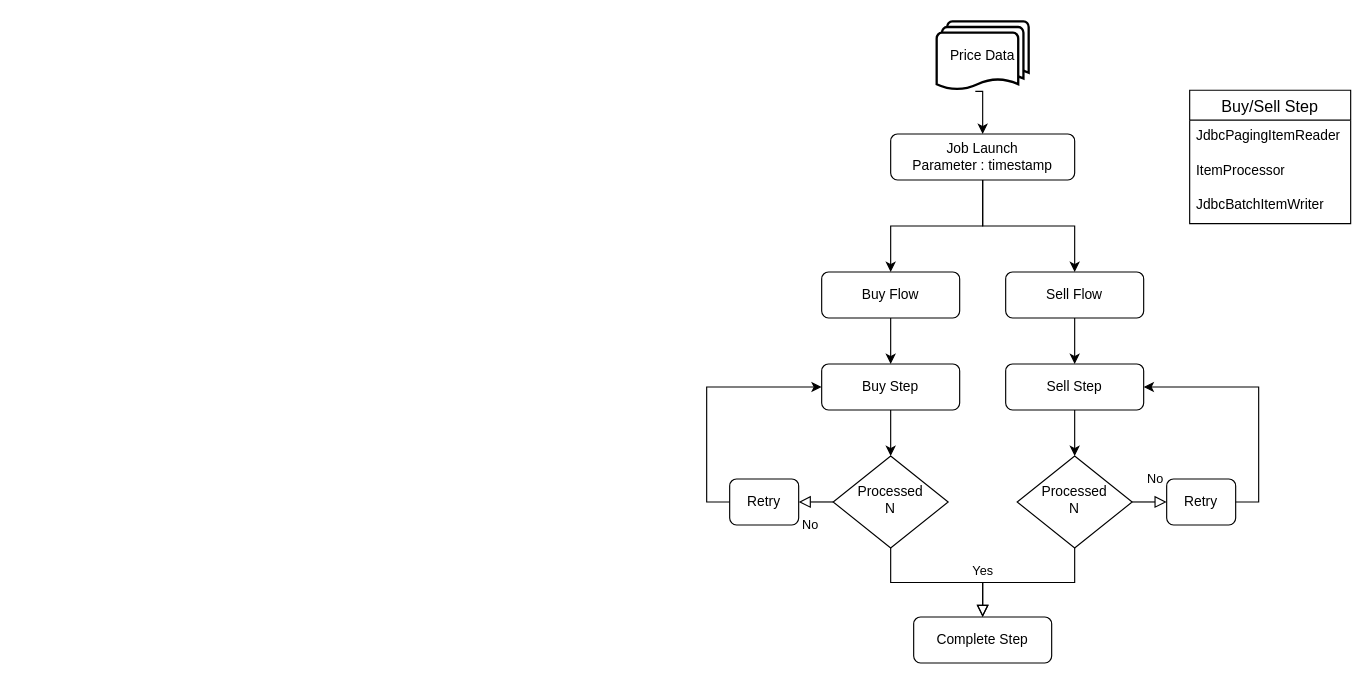
Above: document/Reserved Transaction Batch Flow.drawio in O0oO0Oo/Bitcoin-Simulated-Investment-BE (draw.io), before the change. Source tidied: cells renumbered, new cells numbered last; positions are measured from the earlier drawing's top-left corner, leaving out a move shared by most shapes. Both pictures are drawn from the tidied source at 115%, with x=0, y=0 at pixel (729, 21).
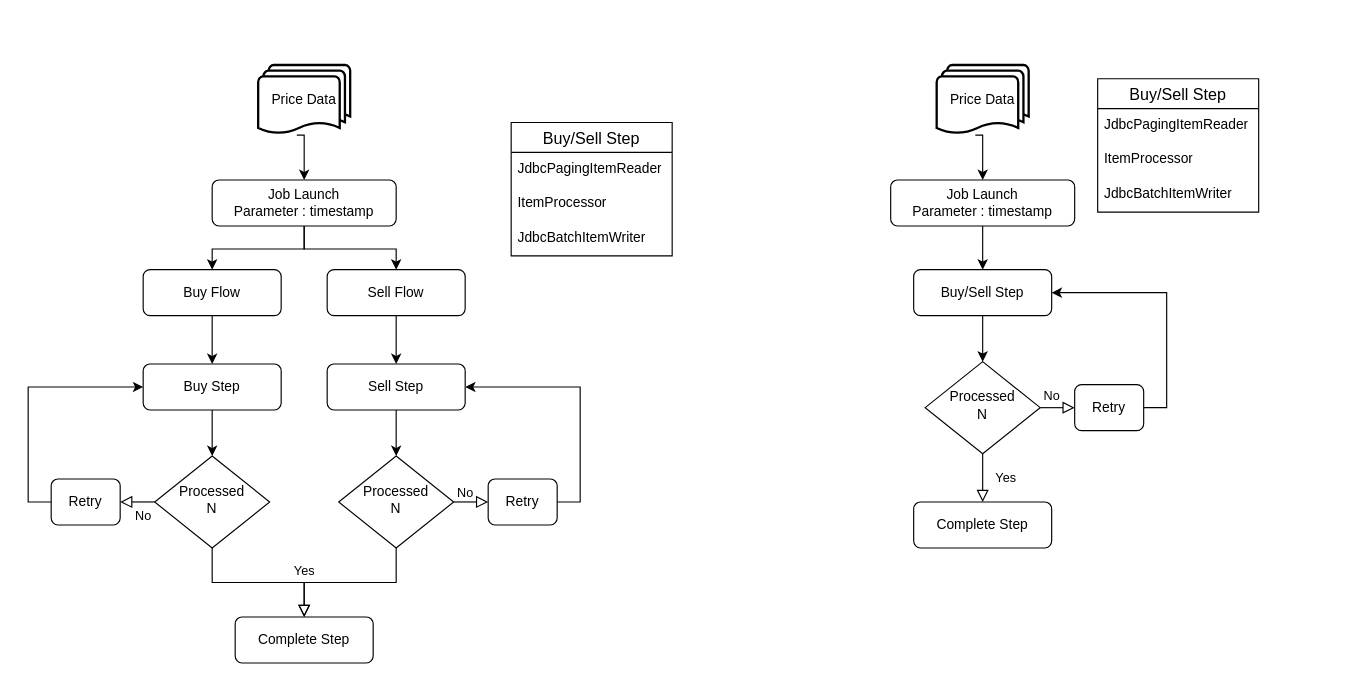
The same page after the edit.

Change to the diagram source:
```diff
@@
-    <mxCell id="2" style="edgeStyle=orthogonalEdgeStyle;rounded=0;html=1;jettySize=auto;fontSize=11;endArrow=block;endFill=0;endSize=8;strokeWidth=1;shadow=0;labelBackgroundColor=none;" parent="1" edge="1" source="3" target="4">
-      <mxGeometry y="10" relative="1" as="geometry" />
-    </mxCell>
-    <mxCell id="3" value="Processed&lt;br&gt;N" style="rhombus;whiteSpace=wrap;html=1;shadow=0;fontFamily=Helvetica;fontSize=12;align=center;strokeWidth=1;spacing=6;spacingTop=-4;" parent="1" vertex="1">
-      <mxGeometry x="90" y="378" width="100" height="80" as="geometry" />
-    </mxCell>
     <mxCell id="4" value="Complete Step" style="rounded=1;whiteSpace=wrap;html=1;fontSize=12;glass=0;strokeWidth=1;shadow=0;" parent="1" vertex="1">
-      <mxGeometry x="160" y="518" width="120" height="40" as="geometry" />
+      <mxGeometry x="160" y="418" width="120" height="40" as="geometry" />
     </mxCell>
     <mxCell id="5" value="Yes" style="rounded=0;html=1;jettySize=auto;fontSize=11;endArrow=block;endFill=0;endSize=8;strokeWidth=1;shadow=0;labelBackgroundColor=none;edgeStyle=orthogonalEdgeStyle;entryX=0.5;entryY=0;entryDx=0;entryDy=0;" parent="1" edge="1" source="6" target="4">
-      <mxGeometry x="0.57" y="-10" relative="1" as="geometry">
-        <mxPoint x="10" y="-10" as="offset" />
-      </mxGeometry>
+      <mxGeometry y="20" relative="1" as="geometry" />
     </mxCell>
     <mxCell id="6" value="Processed&lt;br style=&quot;border-color: var(--border-color);&quot;&gt;N" style="rhombus;whiteSpace=wrap;html=1;shadow=0;fontFamily=Helvetica;fontSize=12;align=center;strokeWidth=1;spacing=6;spacingTop=-4;" parent="1" vertex="1">
-      <mxGeometry x="250" y="378" width="100" height="80" as="geometry" />
+      <mxGeometry x="170" y="296" width="100" height="80" as="geometry" />
     </mxCell>
     <mxCell id="7" value="Retry" style="rounded=1;whiteSpace=wrap;html=1;fontSize=12;glass=0;strokeWidth=1;shadow=0;" parent="1" vertex="1">
-      <mxGeometry x="380" y="398" width="60" height="40" as="geometry" />
+      <mxGeometry x="300" y="316" width="60" height="40" as="geometry" />
     </mxCell>
     <mxCell id="8" value="Price Data" style="strokeWidth=2;html=1;shape=mxgraph.flowchart.multi-document;whiteSpace=wrap;" parent="1" vertex="1">
-      <mxGeometry x="180" width="80" height="60" as="geometry" />
+      <mxGeometry x="180" y="38" width="80" height="60" as="geometry" />
     </mxCell>
     <mxCell id="9" value="Job Launch&lt;br&gt;Parameter : timestamp" style="rounded=1;whiteSpace=wrap;html=1;fontSize=12;glass=0;strokeWidth=1;shadow=0;" parent="1" vertex="1">
-      <mxGeometry x="140" y="98" width="160" height="40" as="geometry" />
+      <mxGeometry x="140" y="138" width="160" height="40" as="geometry" />
     </mxCell>
@@
-    <mxCell id="11" style="edgeStyle=orthogonalEdgeStyle;rounded=0;jettySize=auto;html=1;exitX=0.5;exitY=1;exitDx=0;exitDy=0;entryX=0.5;entryY=0;entryDx=0;entryDy=0;" parent="1" edge="1" source="9" target="13">
-      <mxGeometry relative="1" as="geometry" />
-    </mxCell>
@@
+    <mxCell id="15" style="edgeStyle=orthogonalEdgeStyle;rounded=0;jettySize=auto;html=1;exitX=0.5;exitY=1;exitDx=0;exitDy=0;" parent="1" edge="1" source="9" target="18">
+      <mxGeometry relative="1" as="geometry" />
+    </mxCell>
+    <mxCell id="16" value="No" style="rounded=0;html=1;jettySize=auto;fontSize=11;endArrow=block;endFill=0;endSize=8;strokeWidth=1;shadow=0;labelBackgroundColor=none;edgeStyle=orthogonalEdgeStyle;exitX=1;exitY=0.5;exitDx=0;exitDy=0;entryX=0;entryY=0.5;entryDx=0;entryDy=0;" parent="1" edge="1" source="6" target="7">
+      <mxGeometry x="-0.33" y="10" relative="1" as="geometry" />
+    </mxCell>
+    <mxCell id="18" value="Buy/Sell Step" style="rounded=1;whiteSpace=wrap;html=1;fontSize=12;glass=0;strokeWidth=1;shadow=0;" parent="1" vertex="1">
+      <mxGeometry x="160" y="216" width="120" height="40" as="geometry" />
+    </mxCell>
+    <mxCell id="24" style="edgeStyle=orthogonalEdgeStyle;rounded=0;jettySize=auto;html=1;exitX=0.5;exitY=1;exitDx=0;exitDy=0;entryX=0.5;entryY=0;entryDx=0;entryDy=0;" parent="1" edge="1" source="18" target="6">
+      <mxGeometry relative="1" as="geometry" />
+    </mxCell>
+    <mxCell id="26" value="Buy/Sell Step" style="swimlane;fontStyle=0;horizontal=1;startSize=26;align=center;fontSize=14;" parent="1" vertex="1">
+      <mxGeometry x="320" y="50" width="140" height="116" as="geometry" />
+    </mxCell>
+    <mxCell id="27" value="JdbcPagingItemReader" style="text;strokeColor=none;fillColor=none;spacingLeft=4;spacingRight=4;overflow=hidden;fontSize=12;whiteSpace=wrap;html=1;" parent="26" vertex="1">
+      <mxGeometry y="26" width="140" height="30" as="geometry" />
+    </mxCell>
+    <mxCell id="28" value="ItemProcessor" style="text;strokeColor=none;fillColor=none;spacingLeft=4;spacingRight=4;overflow=hidden;fontSize=12;whiteSpace=wrap;html=1;" parent="26" vertex="1">
+      <mxGeometry y="56" width="140" height="30" as="geometry" />
+    </mxCell>
+    <mxCell id="29" value="JdbcBatchItemWriter" style="text;strokeColor=none;fillColor=none;spacingLeft=4;spacingRight=4;overflow=hidden;fontSize=12;whiteSpace=wrap;html=1;" parent="26" vertex="1">
+      <mxGeometry y="86" width="140" height="30" as="geometry" />
+    </mxCell>
+    <mxCell id="30" style="edgeStyle=orthogonalEdgeStyle;rounded=0;html=1;jettySize=auto;fontSize=11;endArrow=block;endFill=0;endSize=8;strokeWidth=1;shadow=0;labelBackgroundColor=none;" parent="1" edge="1" source="3" target="31">
+      <mxGeometry y="10" relative="1" as="geometry" />
+    </mxCell>
+    <mxCell id="3" value="Processed&lt;br&gt;N" style="rhombus;whiteSpace=wrap;html=1;shadow=0;fontFamily=Helvetica;fontSize=12;align=center;strokeWidth=1;spacing=6;spacingTop=-4;" parent="1" vertex="1">
+      <mxGeometry x="-500" y="378" width="100" height="80" as="geometry" />
+    </mxCell>
+    <mxCell id="31" value="Complete Step" style="rounded=1;whiteSpace=wrap;html=1;fontSize=12;glass=0;strokeWidth=1;shadow=0;" parent="1" vertex="1">
+      <mxGeometry x="-430" y="518" width="120" height="40" as="geometry" />
+    </mxCell>
+    <mxCell id="32" value="Yes" style="rounded=0;html=1;jettySize=auto;fontSize=11;endArrow=block;endFill=0;endSize=8;strokeWidth=1;shadow=0;labelBackgroundColor=none;edgeStyle=orthogonalEdgeStyle;entryX=0.5;entryY=0;entryDx=0;entryDy=0;" parent="1" edge="1" source="33" target="31">
+      <mxGeometry x="0.57" y="-10" relative="1" as="geometry">
+        <mxPoint x="10" y="-10" as="offset" />
+      </mxGeometry>
+    </mxCell>
+    <mxCell id="33" value="Processed&lt;br style=&quot;border-color: var(--border-color);&quot;&gt;N" style="rhombus;whiteSpace=wrap;html=1;shadow=0;fontFamily=Helvetica;fontSize=12;align=center;strokeWidth=1;spacing=6;spacingTop=-4;" parent="1" vertex="1">
+      <mxGeometry x="-340" y="378" width="100" height="80" as="geometry" />
+    </mxCell>
+    <mxCell id="34" value="Retry" style="rounded=1;whiteSpace=wrap;html=1;fontSize=12;glass=0;strokeWidth=1;shadow=0;" parent="1" vertex="1">
+      <mxGeometry x="-210" y="398" width="60" height="40" as="geometry" />
+    </mxCell>
+    <mxCell id="35" value="Price Data" style="strokeWidth=2;html=1;shape=mxgraph.flowchart.multi-document;whiteSpace=wrap;" parent="1" vertex="1">
+      <mxGeometry x="-410" y="38" width="80" height="60" as="geometry" />
+    </mxCell>
+    <mxCell id="36" value="Job Launch&lt;br&gt;Parameter : timestamp" style="rounded=1;whiteSpace=wrap;html=1;fontSize=12;glass=0;strokeWidth=1;shadow=0;" parent="1" vertex="1">
+      <mxGeometry x="-450" y="138" width="160" height="40" as="geometry" />
+    </mxCell>
+    <mxCell id="37" style="edgeStyle=orthogonalEdgeStyle;rounded=0;jettySize=auto;html=1;exitX=0.42;exitY=1.017;exitDx=0;exitDy=0;exitPerimeter=0;entryX=0.5;entryY=0;entryDx=0;entryDy=0;" parent="1" edge="1" source="35" target="36">
+      <mxGeometry relative="1" as="geometry" />
+    </mxCell>
+    <mxCell id="38" style="edgeStyle=orthogonalEdgeStyle;rounded=0;jettySize=auto;html=1;exitX=0.5;exitY=1;exitDx=0;exitDy=0;entryX=0.5;entryY=0;entryDx=0;entryDy=0;" parent="1" edge="1" source="36" target="13">
+      <mxGeometry relative="1" as="geometry" />
+    </mxCell>
+    <mxCell id="39" style="edgeStyle=orthogonalEdgeStyle;rounded=0;jettySize=auto;html=1;exitX=1;exitY=0.5;exitDx=0;exitDy=0;entryX=1;entryY=0.5;entryDx=0;entryDy=0;" parent="1" edge="1" source="34" target="43">
+      <mxGeometry relative="1" as="geometry" />
+    </mxCell>
     <mxCell id="13" value="Buy Flow" style="rounded=1;whiteSpace=wrap;html=1;fontSize=12;glass=0;strokeWidth=1;shadow=0;" parent="1" vertex="1">
-      <mxGeometry x="80" y="218" width="120" height="40" as="geometry" />
+      <mxGeometry x="-510" y="216" width="120" height="40" as="geometry" />
     </mxCell>
     <mxCell id="14" value="Sell Flow" style="rounded=1;whiteSpace=wrap;html=1;fontSize=12;glass=0;strokeWidth=1;shadow=0;" parent="1" vertex="1">
-      <mxGeometry x="240" y="218" width="120" height="40" as="geometry" />
+      <mxGeometry x="-350" y="216" width="120" height="40" as="geometry" />
     </mxCell>
-    <mxCell id="15" style="edgeStyle=orthogonalEdgeStyle;rounded=0;jettySize=auto;html=1;exitX=0.5;exitY=1;exitDx=0;exitDy=0;" parent="1" edge="1" source="9" target="14">
-      <mxGeometry relative="1" as="geometry" />
-    </mxCell>
-    <mxCell id="16" value="No" style="rounded=0;html=1;jettySize=auto;fontSize=11;endArrow=block;endFill=0;endSize=8;strokeWidth=1;shadow=0;labelBackgroundColor=none;edgeStyle=orthogonalEdgeStyle;exitX=1;exitY=0.5;exitDx=0;exitDy=0;entryX=0;entryY=0.5;entryDx=0;entryDy=0;" parent="1" edge="1" source="6" target="7">
-      <mxGeometry x="0.33" y="20" relative="1" as="geometry" />
-    </mxCell>
-    <mxCell id="17" value="Retry" style="rounded=1;whiteSpace=wrap;html=1;fontSize=12;glass=0;strokeWidth=1;shadow=0;" parent="1" vertex="1">
-      <mxGeometry y="398" width="60" height="40" as="geometry" />
-    </mxCell>
-    <mxCell id="18" value="Sell Step" style="rounded=1;whiteSpace=wrap;html=1;fontSize=12;glass=0;strokeWidth=1;shadow=0;" parent="1" vertex="1">
-      <mxGeometry x="240" y="298" width="120" height="40" as="geometry" />
-    </mxCell>
-    <mxCell id="19" style="edgeStyle=orthogonalEdgeStyle;rounded=0;jettySize=auto;html=1;exitX=0.5;exitY=1;exitDx=0;exitDy=0;entryX=0.5;entryY=0;entryDx=0;entryDy=0;" parent="1" edge="1" source="14" target="18">
-      <mxGeometry relative="1" as="geometry" />
-    </mxCell>
+    <mxCell id="40" style="edgeStyle=orthogonalEdgeStyle;rounded=0;jettySize=auto;html=1;exitX=0.5;exitY=1;exitDx=0;exitDy=0;" parent="1" edge="1" source="36" target="14">
+      <mxGeometry relative="1" as="geometry" />
+    </mxCell>
+    <mxCell id="41" value="No" style="rounded=0;html=1;jettySize=auto;fontSize=11;endArrow=block;endFill=0;endSize=8;strokeWidth=1;shadow=0;labelBackgroundColor=none;edgeStyle=orthogonalEdgeStyle;exitX=1;exitY=0.5;exitDx=0;exitDy=0;entryX=0;entryY=0.5;entryDx=0;entryDy=0;" parent="1" edge="1" source="33" target="34">
+      <mxGeometry x="-0.33" y="8" relative="1" as="geometry" />
+    </mxCell>
+    <mxCell id="42" value="Retry" style="rounded=1;whiteSpace=wrap;html=1;fontSize=12;glass=0;strokeWidth=1;shadow=0;" parent="1" vertex="1">
+      <mxGeometry x="-590" y="398" width="60" height="40" as="geometry" />
+    </mxCell>
+    <mxCell id="43" value="Sell Step" style="rounded=1;whiteSpace=wrap;html=1;fontSize=12;glass=0;strokeWidth=1;shadow=0;" parent="1" vertex="1">
+      <mxGeometry x="-350" y="298" width="120" height="40" as="geometry" />
+    </mxCell>
+    <mxCell id="44" style="edgeStyle=orthogonalEdgeStyle;rounded=0;jettySize=auto;html=1;exitX=0.5;exitY=1;exitDx=0;exitDy=0;entryX=0.5;entryY=0;entryDx=0;entryDy=0;" parent="1" edge="1" source="14" target="43">
+      <mxGeometry relative="1" as="geometry" />
+    </mxCell>
-    <mxCell id="20" value="No" style="rounded=0;html=1;jettySize=auto;fontSize=11;endArrow=block;endFill=0;endSize=8;strokeWidth=1;shadow=0;labelBackgroundColor=none;edgeStyle=orthogonalEdgeStyle;exitX=0;exitY=0.5;exitDx=0;exitDy=0;entryX=1;entryY=0.5;entryDx=0;entryDy=0;" parent="1" edge="1" source="3" target="17">
-      <mxGeometry x="0.33" y="20" relative="1" as="geometry" />
+    <mxCell id="20" value="No" style="rounded=0;html=1;jettySize=auto;fontSize=11;endArrow=block;endFill=0;endSize=8;strokeWidth=1;shadow=0;labelBackgroundColor=none;edgeStyle=orthogonalEdgeStyle;exitX=0;exitY=0.5;exitDx=0;exitDy=0;entryX=1;entryY=0.5;entryDx=0;entryDy=0;" parent="1" edge="1" source="3" target="42">
+      <mxGeometry x="-0.33" y="12" relative="1" as="geometry" />
     </mxCell>
     <mxCell id="21" value="Buy Step" style="rounded=1;whiteSpace=wrap;html=1;fontSize=12;glass=0;strokeWidth=1;shadow=0;" parent="1" vertex="1">
-      <mxGeometry x="80" y="298" width="120" height="40" as="geometry" />
+      <mxGeometry x="-510" y="298" width="120" height="40" as="geometry" />
     </mxCell>
@@
-    <mxCell id="24" style="edgeStyle=orthogonalEdgeStyle;rounded=0;jettySize=auto;html=1;exitX=0.5;exitY=1;exitDx=0;exitDy=0;entryX=0.5;entryY=0;entryDx=0;entryDy=0;" parent="1" edge="1" source="18" target="6">
-      <mxGeometry relative="1" as="geometry" />
-    </mxCell>
-    <mxCell id="25" style="edgeStyle=orthogonalEdgeStyle;rounded=0;jettySize=auto;html=1;exitX=0;exitY=0.5;exitDx=0;exitDy=0;entryX=0;entryY=0.5;entryDx=0;entryDy=0;" parent="1" edge="1" source="17" target="21">
-      <mxGeometry relative="1" as="geometry" />
-    </mxCell>
-    <mxCell id="26" value="Buy/Sell Step" style="swimlane;fontStyle=0;horizontal=1;startSize=26;align=center;fontSize=14;" parent="1" vertex="1">
-      <mxGeometry x="400" y="60" width="140" height="116" as="geometry" />
-    </mxCell>
-    <mxCell id="27" value="JdbcPagingItemReader" style="text;strokeColor=none;fillColor=none;spacingLeft=4;spacingRight=4;overflow=hidden;fontSize=12;whiteSpace=wrap;html=1;" parent="26" vertex="1">
-      <mxGeometry y="26" width="140" height="30" as="geometry" />
-    </mxCell>
-    <mxCell id="28" value="ItemProcessor" style="text;strokeColor=none;fillColor=none;spacingLeft=4;spacingRight=4;overflow=hidden;fontSize=12;whiteSpace=wrap;html=1;" parent="26" vertex="1">
-      <mxGeometry y="56" width="140" height="30" as="geometry" />
-    </mxCell>
-    <mxCell id="29" value="JdbcBatchItemWriter" style="text;strokeColor=none;fillColor=none;spacingLeft=4;spacingRight=4;overflow=hidden;fontSize=12;whiteSpace=wrap;html=1;" parent="26" vertex="1">
-      <mxGeometry y="86" width="140" height="30" as="geometry" />
-    </mxCell>
+    <mxCell id="45" style="edgeStyle=orthogonalEdgeStyle;rounded=0;jettySize=auto;html=1;exitX=0.5;exitY=1;exitDx=0;exitDy=0;entryX=0.5;entryY=0;entryDx=0;entryDy=0;" parent="1" edge="1" source="43" target="33">
+      <mxGeometry relative="1" as="geometry" />
+    </mxCell>
+    <mxCell id="46" style="edgeStyle=orthogonalEdgeStyle;rounded=0;jettySize=auto;html=1;exitX=0;exitY=0.5;exitDx=0;exitDy=0;entryX=0;entryY=0.5;entryDx=0;entryDy=0;" parent="1" edge="1" source="42" target="21">
+      <mxGeometry relative="1" as="geometry" />
+    </mxCell>
+    <mxCell id="47" value="Buy/Sell Step" style="swimlane;fontStyle=0;horizontal=1;startSize=26;align=center;fontSize=14;" parent="1" vertex="1">
+      <mxGeometry x="-190" y="88" width="140" height="116" as="geometry" />
+    </mxCell>
+    <mxCell id="48" value="JdbcPagingItemReader" style="text;strokeColor=none;fillColor=none;spacingLeft=4;spacingRight=4;overflow=hidden;fontSize=12;whiteSpace=wrap;html=1;" parent="47" vertex="1">
+      <mxGeometry y="26" width="140" height="30" as="geometry" />
+    </mxCell>
+    <mxCell id="49" value="ItemProcessor" style="text;strokeColor=none;fillColor=none;spacingLeft=4;spacingRight=4;overflow=hidden;fontSize=12;whiteSpace=wrap;html=1;" parent="47" vertex="1">
+      <mxGeometry y="56" width="140" height="30" as="geometry" />
+    </mxCell>
+    <mxCell id="50" value="JdbcBatchItemWriter" style="text;strokeColor=none;fillColor=none;spacingLeft=4;spacingRight=4;overflow=hidden;fontSize=12;whiteSpace=wrap;html=1;" parent="47" vertex="1">
+      <mxGeometry y="86" width="140" height="30" as="geometry" />
+    </mxCell>
```
